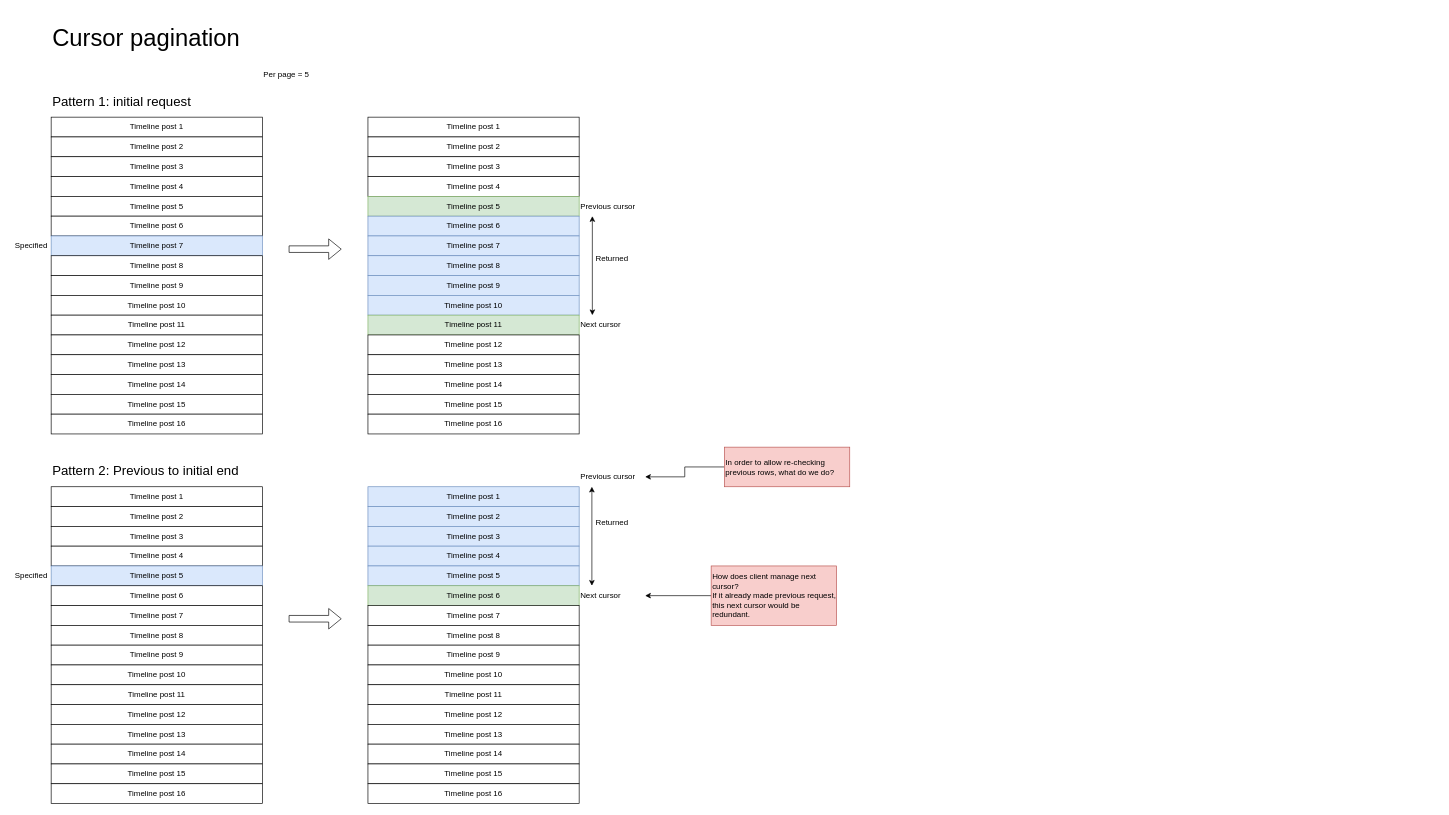
The draw.io diagram page "Scribbles" (6 of 6) of docs/memoria.drawio in eiji03aero/memoria, before the edit. Source tidied: cells renumbered, new cells numbered last; positions are measured from the earlier drawing's top-left corner, leaving out a move shared by most shapes. Both pictures are drawn from the tidied source at 66%, with x=0, y=0 at pixel (11, 11).
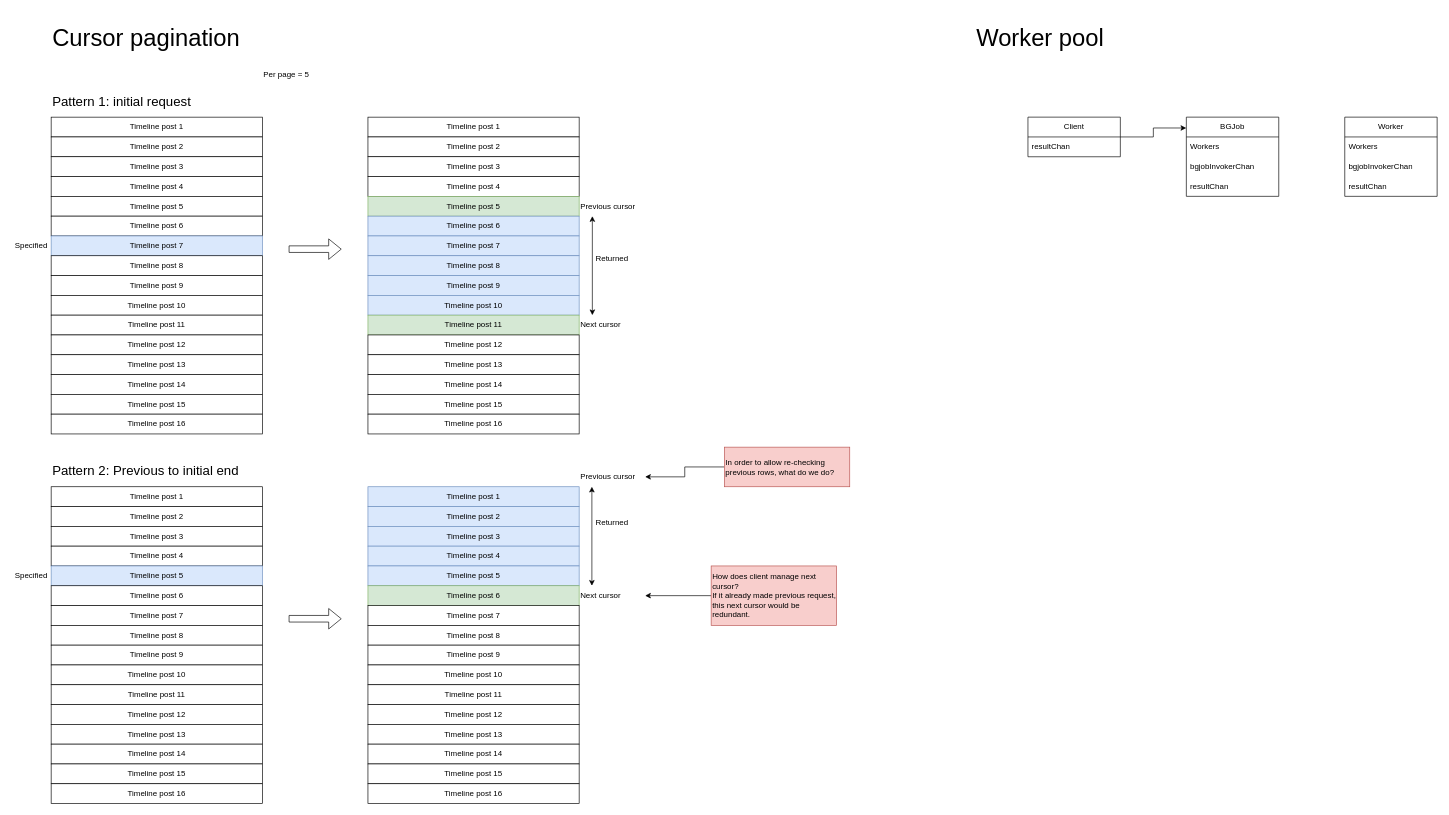
After the change.

The edit, as a diff of the source:
```diff
@@
+    <mxCell id="86" value="Worker pool" style="text;html=1;align=left;verticalAlign=middle;whiteSpace=wrap;rounded=0;fontSize=36;" parent="1" vertex="1">
+      <mxGeometry x="1460" width="320" height="80" as="geometry" />
+    </mxCell>
+    <mxCell id="87" value="Client" style="swimlane;fontStyle=0;horizontal=1;startSize=30;whiteSpace=wrap;html=1;" parent="1" vertex="1">
+      <mxGeometry x="1540" y="160" width="140" height="60" as="geometry" />
+    </mxCell>
+    <mxCell id="88" value="resultChan" style="text;strokeColor=none;fillColor=none;align=left;verticalAlign=middle;spacingLeft=4;spacingRight=4;overflow=hidden;whiteSpace=wrap;html=1;" parent="87" vertex="1">
+      <mxGeometry y="30" width="140" height="30" as="geometry" />
+    </mxCell>
+    <mxCell id="89" value="BGJob" style="swimlane;fontStyle=0;horizontal=1;startSize=30;whiteSpace=wrap;html=1;" parent="1" vertex="1">
+      <mxGeometry x="1780" y="160" width="140" height="120" as="geometry" />
+    </mxCell>
+    <mxCell id="90" value="Workers" style="text;strokeColor=none;fillColor=none;align=left;verticalAlign=middle;spacingLeft=4;spacingRight=4;overflow=hidden;whiteSpace=wrap;html=1;" parent="89" vertex="1">
+      <mxGeometry y="30" width="140" height="30" as="geometry" />
+    </mxCell>
+    <mxCell id="91" value="bgjobInvokerChan" style="text;strokeColor=none;fillColor=none;align=left;verticalAlign=middle;spacingLeft=4;spacingRight=4;overflow=hidden;whiteSpace=wrap;html=1;" parent="89" vertex="1">
+      <mxGeometry y="60" width="140" height="30" as="geometry" />
+    </mxCell>
+    <mxCell id="92" value="resultChan" style="text;strokeColor=none;fillColor=none;align=left;verticalAlign=middle;spacingLeft=4;spacingRight=4;overflow=hidden;whiteSpace=wrap;html=1;" parent="89" vertex="1">
+      <mxGeometry y="90" width="140" height="30" as="geometry" />
+    </mxCell>
+    <mxCell id="93" style="edgeStyle=orthogonalEdgeStyle;rounded=0;jettySize=auto;html=1;entryX=-0.001;entryY=0.137;entryDx=0;entryDy=0;entryPerimeter=0;" parent="1" edge="1" source="87" target="89">
+      <mxGeometry relative="1" as="geometry" />
+    </mxCell>
+    <mxCell id="94" value="Worker" style="swimlane;fontStyle=0;horizontal=1;startSize=30;whiteSpace=wrap;html=1;" parent="1" vertex="1">
+      <mxGeometry x="2020" y="160" width="140" height="120" as="geometry" />
+    </mxCell>
+    <mxCell id="95" value="Workers" style="text;strokeColor=none;fillColor=none;align=left;verticalAlign=middle;spacingLeft=4;spacingRight=4;overflow=hidden;whiteSpace=wrap;html=1;" parent="94" vertex="1">
+      <mxGeometry y="30" width="140" height="30" as="geometry" />
+    </mxCell>
+    <mxCell id="96" value="bgjobInvokerChan" style="text;strokeColor=none;fillColor=none;align=left;verticalAlign=middle;spacingLeft=4;spacingRight=4;overflow=hidden;whiteSpace=wrap;html=1;" parent="94" vertex="1">
+      <mxGeometry y="60" width="140" height="30" as="geometry" />
+    </mxCell>
+    <mxCell id="97" value="resultChan" style="text;strokeColor=none;fillColor=none;align=left;verticalAlign=middle;spacingLeft=4;spacingRight=4;overflow=hidden;whiteSpace=wrap;html=1;" parent="94" vertex="1">
+      <mxGeometry y="90" width="140" height="30" as="geometry" />
+    </mxCell>
```
